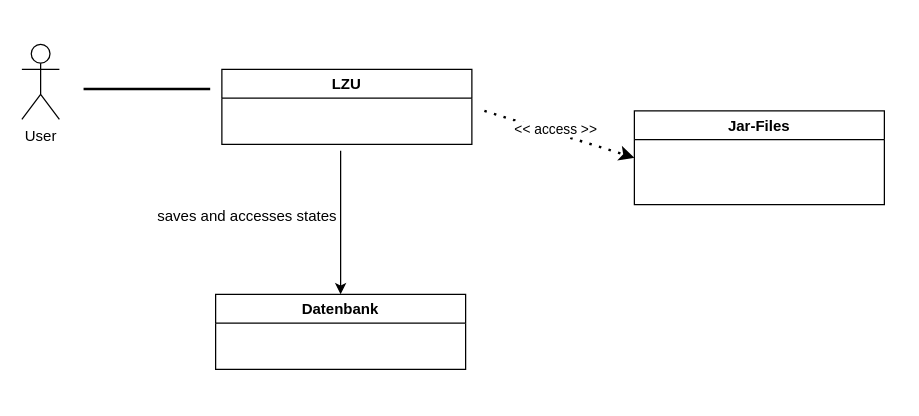
Above: documentation/ue3Paketdiagramm_LZU.drawio in JonathanBenedikt/OOKA (draw.io), before the change. Source tidied: cells renumbered, new cells numbered last; positions are measured from the earlier drawing's top-left corner, leaving out a move shared by most shapes. Both pictures are drawn from the tidied source at 125%, with x=0, y=0 at pixel (21, 25).
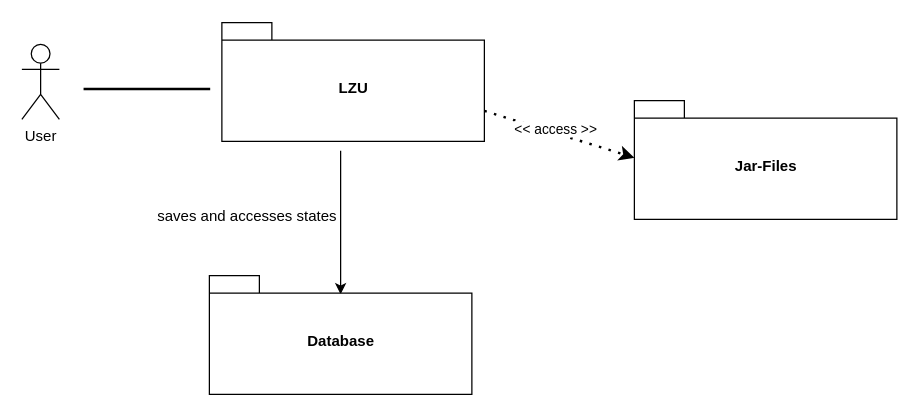
Above is the later version.

Commit message (it also covers changes not shown here):
Die Paketdiagramme wurden angepasst.

Change to the diagram source:
```diff
@@
 <mxGraphModel>
   <root>
     <mxCell id="0" />
     <mxCell id="1" parent="0" />
-    <mxCell id="2" value="Datenbank" style="swimlane;" parent="1" vertex="1">
-      <mxGeometry x="155" y="215" width="200" height="60" as="geometry" />
-    </mxCell>
     <mxCell id="3" value="User" style="shape=umlActor;verticalLabelPosition=bottom;verticalAlign=top;html=1;" parent="1" vertex="1">
       <mxGeometry y="15" width="30" height="60" as="geometry" />
     </mxCell>
     <mxCell id="4" style="line;strokeWidth=2;direction=south;html=1;rotation=90;" parent="1" vertex="1">
       <mxGeometry x="95" width="10" height="101.3" as="geometry" />
     </mxCell>
-    <mxCell id="5" value="LZU" style="swimlane;" parent="1" vertex="1">
-      <mxGeometry x="160" y="35" width="200" height="60" as="geometry" />
-    </mxCell>
     <mxCell id="6" value="saves and accesses states" style="text;html=1;align=center;verticalAlign=middle;strokeColor=none;fillColor=none;" parent="1" vertex="1">
       <mxGeometry x="100" y="143.2" width="160" height="20" as="geometry" />
     </mxCell>
-    <mxCell id="7" value="Jar-Files" style="swimlane;" parent="1" vertex="1">
-      <mxGeometry x="490" y="68.2" width="200" height="75" as="geometry" />
-    </mxCell>
-    <mxCell id="8" style="endArrow=classic;dashed=1;html=1;dashPattern=1 3;strokeWidth=2;rounded=0;entryX=0;entryY=0.5;entryDx=0;entryDy=0;" parent="1" edge="1" target="7">
+    <mxCell id="8" style="endArrow=classic;dashed=1;html=1;dashPattern=1 3;strokeWidth=2;rounded=0;entryX=0;entryY=0.5;entryDx=0;entryDy=0;" parent="1" edge="1">
       <mxGeometry relative="1" as="geometry">
         <mxPoint x="370" y="68.2" as="sourcePoint" />
+        <mxPoint x="490" y="105.7" as="targetPoint" />
       </mxGeometry>
     </mxCell>
     <mxCell id="9" value="&amp;lt;&amp;lt; access &amp;gt;&amp;gt;" style="edgeLabel;html=1;align=center;verticalAlign=middle;" parent="8" vertex="1">
       <mxGeometry x="-0.07" y="3" relative="1" as="geometry" />
     </mxCell>
-    <mxCell id="10" style="endArrow=classic;html=1;rounded=0;entryX=0.5;entryY=0;entryDx=0;entryDy=0;" parent="1" edge="1" target="2">
+    <mxCell id="10" style="endArrow=classic;html=1;rounded=0;entryX=0.5;entryY=0;entryDx=0;entryDy=0;" parent="1" edge="1">
       <mxGeometry relative="1" as="geometry">
         <mxPoint x="255" y="100" as="sourcePoint" />
+        <mxPoint x="255" y="215" as="targetPoint" />
       </mxGeometry>
     </mxCell>
+    <mxCell id="5" value="LZU" style="shape=folder;fontStyle=1;spacingTop=10;tabWidth=40;tabHeight=14;tabPosition=left;html=1;" parent="1" vertex="1">
+      <mxGeometry x="160" y="-2.5" width="210" height="95" as="geometry" />
+    </mxCell>
+    <mxCell id="11" value="Database" style="shape=folder;fontStyle=1;spacingTop=10;tabWidth=40;tabHeight=14;tabPosition=left;html=1;" parent="1" vertex="1">
+      <mxGeometry x="150" y="200" width="210" height="95" as="geometry" />
+    </mxCell>
+    <mxCell id="7" value="Jar-Files" style="shape=folder;fontStyle=1;spacingTop=10;tabWidth=40;tabHeight=14;tabPosition=left;html=1;" parent="1" vertex="1">
+      <mxGeometry x="490" y="60" width="210" height="95" as="geometry" />
+    </mxCell>
   </root>
 </mxGraphModel>
```
